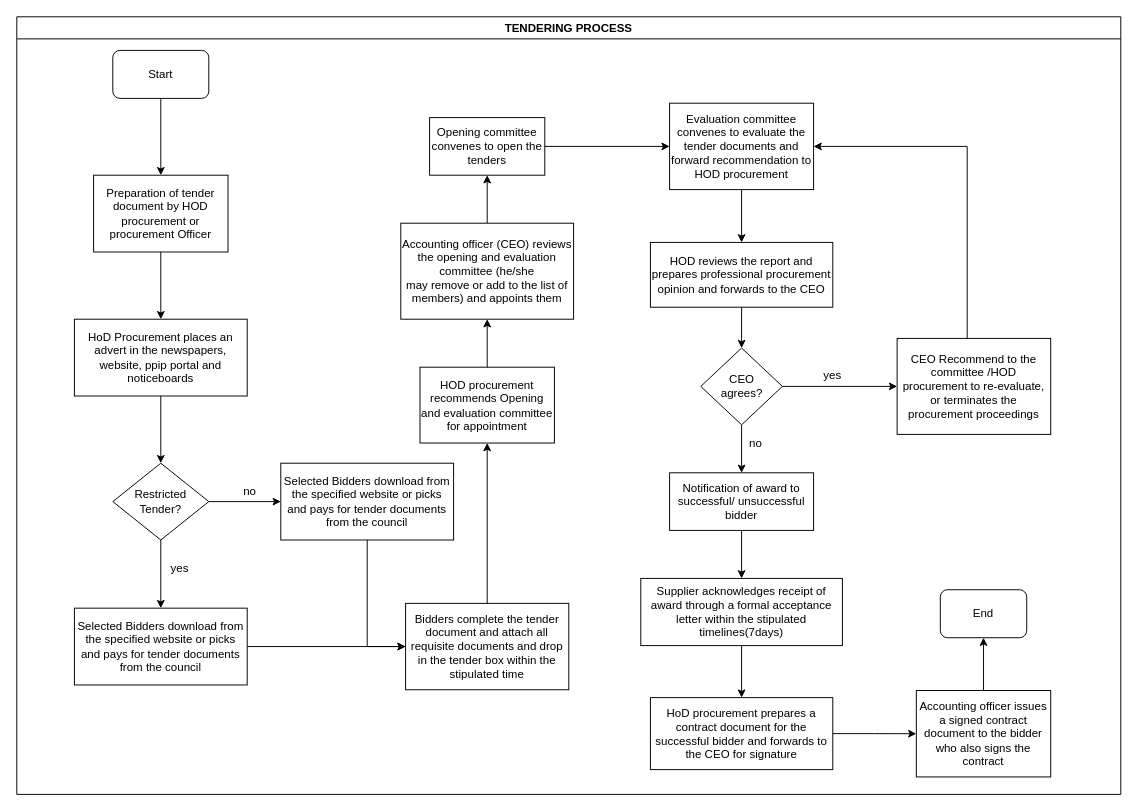
Above: KEFRI-PROC-Tendering.drawio in kmagua/flowcharts (draw.io), before the change. Source tidied: cells renumbered, new cells numbered last; positions are measured from the earlier drawing's top-left corner, leaving out a move shared by most shapes. Both pictures are drawn from the tidied source at 96%, with x=0, y=0 at pixel (16, 16).
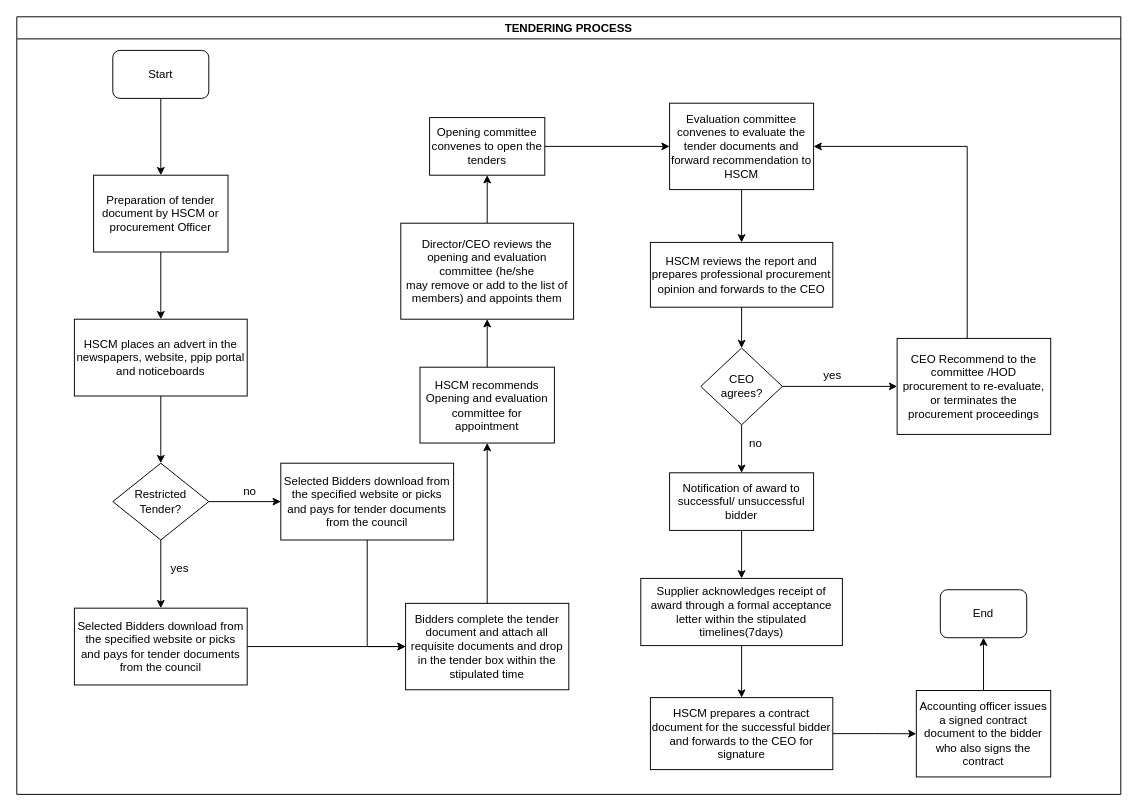
The same page after the edit.

Unchanged cells that the change refers to:
```xml
<mxCell id="2" value="TENDERING PROCESS" style="swimlane;" parent="1" vertex="1">
  <mxGeometry width="1150" height="810" as="geometry" />
</mxCell>
```

The edit, as a diff of the source:
```diff
@@
-    <mxCell id="4" value="Preparation of tender document by HOD procurement or procurement Officer" style="rounded=0;whiteSpace=wrap;html=1;" parent="2" vertex="1">
+    <mxCell id="4" value="Preparation of tender document by HSCM or procurement Officer" style="rounded=0;whiteSpace=wrap;html=1;" parent="2" vertex="1">
       <mxGeometry x="80" y="165" width="140" height="80" as="geometry" />
     </mxCell>
@@
-    <mxCell id="15" value="HOD procurement recommends Opening and evaluation committee for appointment" style="whiteSpace=wrap;html=1;rounded=0;" parent="2" vertex="1">
+    <mxCell id="15" value="HSCM recommends Opening and evaluation committee for appointment" style="whiteSpace=wrap;html=1;rounded=0;" parent="2" vertex="1">
       <mxGeometry x="420" y="365" width="140" height="79" as="geometry" />
     </mxCell>
@@
-    <mxCell id="18" value="Evaluation committee convenes to evaluate the tender documents and forward recommendation to HOD procurement" style="whiteSpace=wrap;html=1;rounded=0;" parent="2" vertex="1">
+    <mxCell id="18" value="Evaluation committee convenes to evaluate the tender documents and forward recommendation to HSCM " style="whiteSpace=wrap;html=1;rounded=0;" parent="2" vertex="1">
       <mxGeometry x="680" y="90" width="150" height="90" as="geometry" />
     </mxCell>
@@
-    <mxCell id="20" value="HOD reviews the report and prepares professional procurement opinion and forwards to the CEO" style="whiteSpace=wrap;html=1;rounded=0;" parent="2" vertex="1">
+    <mxCell id="20" value="HSCM reviews the report and prepares professional procurement opinion and forwards to the CEO" style="whiteSpace=wrap;html=1;rounded=0;" parent="2" vertex="1">
       <mxGeometry x="660" y="235" width="190" height="67.5" as="geometry" />
     </mxCell>
@@
-    <mxCell id="28" value="HoD procurement prepares a contract document for the successful bidder and forwards to the CEO for signature" style="whiteSpace=wrap;html=1;rounded=0;" parent="2" vertex="1">
+    <mxCell id="28" value="HSCM prepares a contract document for the successful bidder and forwards to the CEO for signature" style="whiteSpace=wrap;html=1;rounded=0;" parent="2" vertex="1">
       <mxGeometry x="660" y="709.2" width="190" height="75" as="geometry" />
     </mxCell>
@@
-    <mxCell id="38" value="HoD Procurement places an advert in the newspapers, website, ppip portal and noticeboards" style="whiteSpace=wrap;html=1;rounded=0;" parent="1" vertex="1">
+    <mxCell id="38" value="HSCM places an advert in the newspapers, website, ppip portal and noticeboards" style="whiteSpace=wrap;html=1;rounded=0;" parent="1" vertex="1">
       <mxGeometry x="60" y="315" width="180" height="80" as="geometry" />
     </mxCell>
@@
-    <mxCell id="42" value="Accounting officer (CEO) reviews the opening and evaluation committee (he/she &lt;br&gt;may remove or add to the list of members) and appoints them" style="whiteSpace=wrap;html=1;rounded=0;" parent="1" vertex="1">
+    <mxCell id="42" value="Director/CEO reviews the opening and evaluation committee (he/she &lt;br&gt;may remove or add to the list of members) and appoints them" style="whiteSpace=wrap;html=1;rounded=0;" parent="1" vertex="1">
       <mxGeometry x="400" y="215" width="180" height="100" as="geometry" />
     </mxCell>
```
